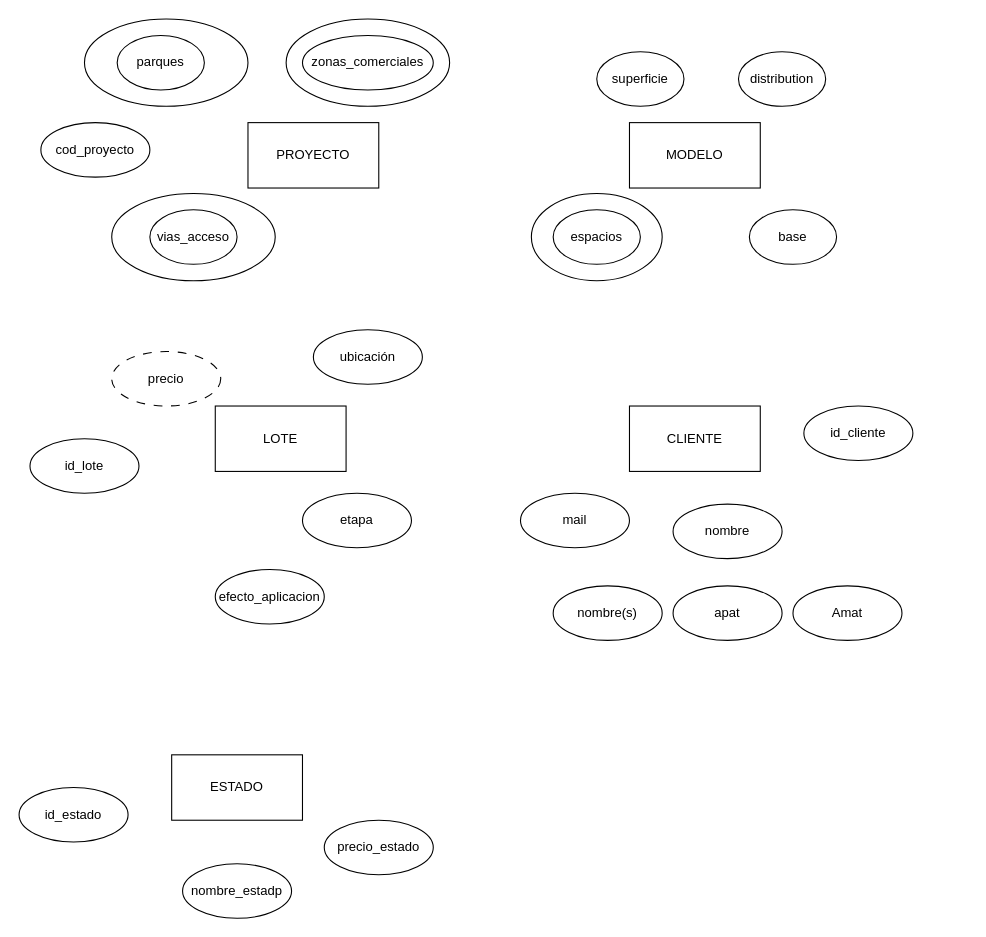
Earlier version of the draw.io diagram 127001.drawio (ManuelAleman/Diagrams). Source tidied: cells renumbered, new cells numbered last; positions are measured from the earlier drawing's top-left corner, leaving out a move shared by most shapes. Both pictures are drawn from the tidied source at 109%, with x=0, y=0 at pixel (19, 19).
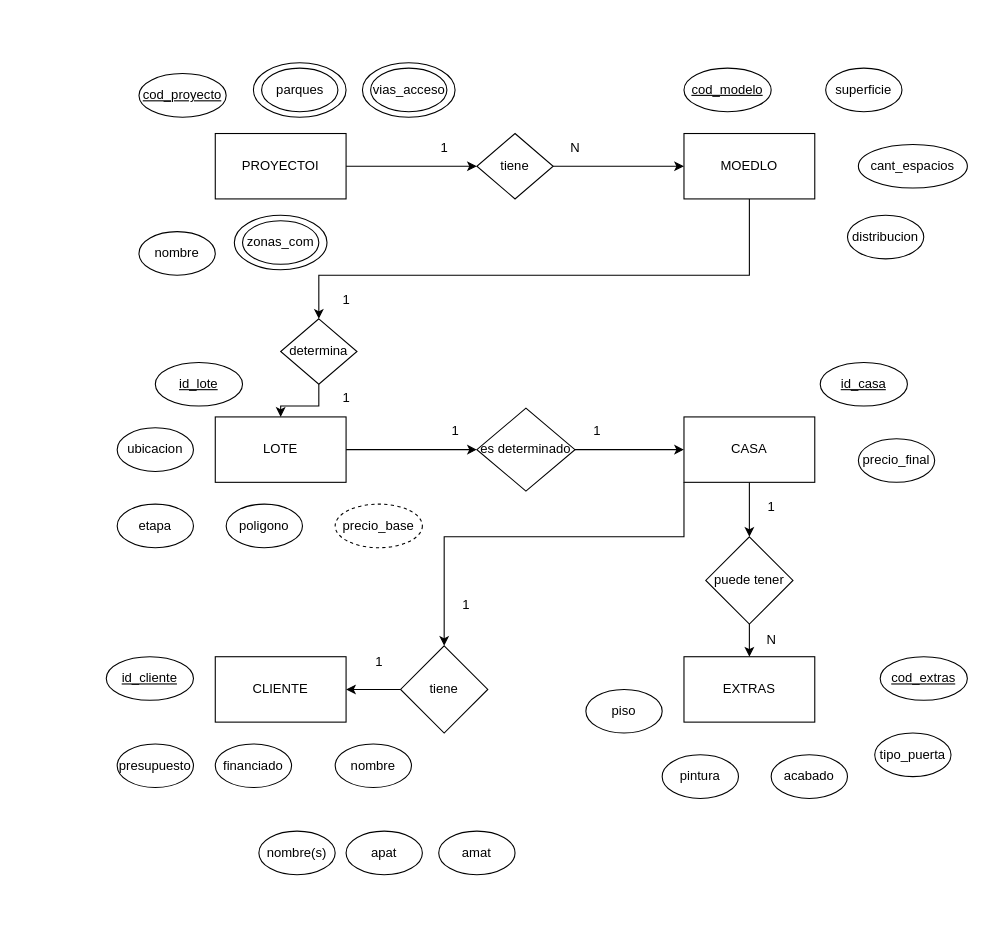
After the change.

The edit, as a diff of the source:
```diff
@@
-    <mxCell id="2" style="ellipse;whiteSpace=wrap;html=1;" parent="1" vertex="1">
-      <mxGeometry x="470" y="160" width="120" height="80" as="geometry" />
-    </mxCell>
-    <mxCell id="3" style="ellipse;whiteSpace=wrap;html=1;" parent="1" vertex="1">
-      <mxGeometry x="85" y="160" width="150" height="80" as="geometry" />
-    </mxCell>
-    <mxCell id="4" style="ellipse;whiteSpace=wrap;html=1;" parent="1" vertex="1">
-      <mxGeometry x="60" width="150" height="80" as="geometry" />
-    </mxCell>
-    <mxCell id="5" style="ellipse;whiteSpace=wrap;html=1;" parent="1" vertex="1">
-      <mxGeometry x="245" width="150" height="80" as="geometry" />
-    </mxCell>
-    <mxCell id="6" value="PROYECTO" style="rounded=0;whiteSpace=wrap;html=1;" parent="1" vertex="1">
-      <mxGeometry x="210" y="95" width="120" height="60" as="geometry" />
-    </mxCell>
-    <mxCell id="7" value="MODELO" style="rounded=0;whiteSpace=wrap;html=1;" parent="1" vertex="1">
-      <mxGeometry x="560" y="95" width="120" height="60" as="geometry" />
-    </mxCell>
+    <mxCell id="33" style="ellipse;whiteSpace=wrap;html=1;" parent="1" vertex="1">
+      <mxGeometry x="315" y="40" width="85" height="50" as="geometry" />
+    </mxCell>
+    <mxCell id="34" style="ellipse;whiteSpace=wrap;html=1;" parent="1" vertex="1">
+      <mxGeometry x="197.5" y="180" width="85" height="50" as="geometry" />
+    </mxCell>
+    <mxCell id="35" style="ellipse;whiteSpace=wrap;html=1;" parent="1" vertex="1">
+      <mxGeometry x="215" y="40" width="85" height="50" as="geometry" />
+    </mxCell>
+    <mxCell id="36" style="edgeStyle=orthogonalEdgeStyle;rounded=0;jettySize=auto;html=1;entryX=0;entryY=0.5;entryDx=0;entryDy=0;" parent="1" edge="1" source="37" target="48">
+      <mxGeometry relative="1" as="geometry" />
+    </mxCell>
+    <mxCell id="37" value="PROYECTOI" style="rounded=0;whiteSpace=wrap;html=1;" parent="1" vertex="1">
+      <mxGeometry x="180" y="105" width="120" height="60" as="geometry" />
+    </mxCell>
+    <mxCell id="38" style="edgeStyle=orthogonalEdgeStyle;rounded=0;jettySize=auto;html=1;entryX=0.5;entryY=0;entryDx=0;entryDy=0;" parent="1" edge="1" source="39" target="57">
+      <mxGeometry relative="1" as="geometry">
+        <Array as="points">
+          <mxPoint x="670" y="235" />
+          <mxPoint x="275" y="235" />
+        </Array>
+      </mxGeometry>
+    </mxCell>
+    <mxCell id="39" value="MOEDLO" style="rounded=0;whiteSpace=wrap;html=1;" parent="1" vertex="1">
+      <mxGeometry x="610" y="105" width="120" height="60" as="geometry" />
+    </mxCell>
+    <mxCell id="40" style="edgeStyle=orthogonalEdgeStyle;rounded=0;jettySize=auto;html=1;entryX=0;entryY=0.5;entryDx=0;entryDy=0;" parent="1" edge="1" source="15" target="63">
+      <mxGeometry relative="1" as="geometry" />
+    </mxCell>
+    <mxCell id="15" value="LOTE" style="rounded=0;whiteSpace=wrap;html=1;" parent="1" vertex="1">
+      <mxGeometry x="180" y="365" width="120" height="60" as="geometry" />
+    </mxCell>
+    <mxCell id="41" style="edgeStyle=orthogonalEdgeStyle;rounded=0;jettySize=auto;html=1;" parent="1" edge="1" source="43" target="73">
+      <mxGeometry relative="1" as="geometry" />
+    </mxCell>
+    <mxCell id="42" style="edgeStyle=orthogonalEdgeStyle;rounded=0;jettySize=auto;html=1;entryX=0.5;entryY=0;entryDx=0;entryDy=0;" parent="1" edge="1" source="43" target="71">
+      <mxGeometry relative="1" as="geometry">
+        <Array as="points">
+          <mxPoint x="610" y="475" />
+          <mxPoint x="390" y="475" />
+        </Array>
+      </mxGeometry>
+    </mxCell>
+    <mxCell id="43" value="CASA" style="rounded=0;whiteSpace=wrap;html=1;" parent="1" vertex="1">
+      <mxGeometry x="610" y="365" width="120" height="60" as="geometry" />
+    </mxCell>
+    <mxCell id="16" value="CLIENTE" style="rounded=0;whiteSpace=wrap;html=1;" parent="1" vertex="1">
+      <mxGeometry x="180" y="585" width="120" height="60" as="geometry" />
+    </mxCell>
+    <mxCell id="44" value="EXTRAS" style="rounded=0;whiteSpace=wrap;html=1;" parent="1" vertex="1">
+      <mxGeometry x="610" y="585" width="120" height="60" as="geometry" />
+    </mxCell>
+    <mxCell id="24" value="&lt;u&gt;cod_proyecto&lt;/u&gt;" style="ellipse;whiteSpace=wrap;html=1;" parent="1" vertex="1">
+      <mxGeometry x="110" y="50" width="80" height="40" as="geometry" />
+    </mxCell>
+    <mxCell id="45" value="ubicacion" style="ellipse;whiteSpace=wrap;html=1;" parent="1" vertex="1">
+      <mxGeometry x="90" y="375" width="70" height="40" as="geometry" />
+    </mxCell>
+    <mxCell id="46" value="zonas_com" style="ellipse;whiteSpace=wrap;html=1;" parent="1" vertex="1">
+      <mxGeometry x="205" y="185" width="70" height="40" as="geometry" />
+    </mxCell>
+    <mxCell id="10" value="parques" style="ellipse;whiteSpace=wrap;html=1;" parent="1" vertex="1">
+      <mxGeometry x="222.5" y="45" width="70" height="40" as="geometry" />
+    </mxCell>
     <mxCell id="8" value="vias_acceso" style="ellipse;whiteSpace=wrap;html=1;" parent="1" vertex="1">
-      <mxGeometry x="120" y="175" width="80" height="50" as="geometry" />
+      <mxGeometry x="322.5" y="45" width="70" height="40" as="geometry" />
     </mxCell>
-    <mxCell id="9" value="zonas_comerciales" style="ellipse;whiteSpace=wrap;html=1;" parent="1" vertex="1">
-      <mxGeometry x="260" y="15" width="120" height="50" as="geometry" />
-    </mxCell>
-    <mxCell id="10" value="parques" style="ellipse;whiteSpace=wrap;html=1;" parent="1" vertex="1">
-      <mxGeometry x="90" y="15" width="80" height="50" as="geometry" />
-    </mxCell>
+    <mxCell id="47" style="edgeStyle=orthogonalEdgeStyle;rounded=0;jettySize=auto;html=1;entryX=0;entryY=0.5;entryDx=0;entryDy=0;" parent="1" edge="1" source="48" target="39">
+      <mxGeometry relative="1" as="geometry" />
+    </mxCell>
+    <mxCell id="48" value="tiene" style="rhombus;whiteSpace=wrap;html=1;" parent="1" vertex="1">
+      <mxGeometry x="420" y="105" width="70" height="60" as="geometry" />
+    </mxCell>
+    <mxCell id="49" value="&lt;u&gt;cod_modelo&lt;/u&gt;" style="ellipse;whiteSpace=wrap;html=1;" parent="1" vertex="1">
+      <mxGeometry x="610" y="45" width="80" height="40" as="geometry" />
+    </mxCell>
     <mxCell id="11" value="superficie" style="ellipse;whiteSpace=wrap;html=1;" parent="1" vertex="1">
-      <mxGeometry x="530" y="30" width="80" height="50" as="geometry" />
+      <mxGeometry x="740" y="45" width="70" height="40" as="geometry" />
     </mxCell>
-    <mxCell id="12" value="base" style="ellipse;whiteSpace=wrap;html=1;" parent="1" vertex="1">
-      <mxGeometry x="670" y="175" width="80" height="50" as="geometry" />
-    </mxCell>
-    <mxCell id="13" value="espacios" style="ellipse;whiteSpace=wrap;html=1;" parent="1" vertex="1">
-      <mxGeometry x="490" y="175" width="80" height="50" as="geometry" />
-    </mxCell>
-    <mxCell id="14" value="distribution" style="ellipse;whiteSpace=wrap;html=1;" parent="1" vertex="1">
-      <mxGeometry x="660" y="30" width="80" height="50" as="geometry" />
-    </mxCell>
-    <mxCell id="15" value="LOTE" style="rounded=0;whiteSpace=wrap;html=1;" parent="1" vertex="1">
-      <mxGeometry x="180" y="355" width="120" height="60" as="geometry" />
-    </mxCell>
-    <mxCell id="16" value="CLIENTE" style="rounded=0;whiteSpace=wrap;html=1;" parent="1" vertex="1">
-      <mxGeometry x="560" y="355" width="120" height="60" as="geometry" />
-    </mxCell>
-    <mxCell id="17" value="nombre_estadp" style="ellipse;whiteSpace=wrap;html=1;" parent="1" vertex="1">
-      <mxGeometry x="150" y="775" width="100" height="50" as="geometry" />
-    </mxCell>
+    <mxCell id="50" value="cant_espacios" style="ellipse;whiteSpace=wrap;html=1;" parent="1" vertex="1">
+      <mxGeometry x="770" y="115" width="100" height="40" as="geometry" />
+    </mxCell>
+    <mxCell id="51" value="1" style="text;html=1;align=center;verticalAlign=middle;strokeColor=none;fillColor=none;" parent="1" vertex="1">
+      <mxGeometry x="375" y="103" width="30" height="30" as="geometry" />
+    </mxCell>
+    <mxCell id="52" value="N" style="text;html=1;align=center;verticalAlign=middle;strokeColor=none;fillColor=none;" parent="1" vertex="1">
+      <mxGeometry x="495" y="103" width="30" height="30" as="geometry" />
+    </mxCell>
+    <mxCell id="23" value="&lt;u&gt;id_lote&lt;/u&gt;" style="ellipse;whiteSpace=wrap;html=1;" parent="1" vertex="1">
+      <mxGeometry x="125" y="315" width="80" height="40" as="geometry" />
+    </mxCell>
+    <mxCell id="53" value="nombre" style="ellipse;whiteSpace=wrap;html=1;" parent="1" vertex="1">
+      <mxGeometry x="110" y="195" width="70" height="40" as="geometry" />
+    </mxCell>
     <mxCell id="18" value="etapa" style="ellipse;whiteSpace=wrap;html=1;" parent="1" vertex="1">
-      <mxGeometry x="260" y="435" width="100" height="50" as="geometry" />
+      <mxGeometry x="90" y="445" width="70" height="40" as="geometry" />
     </mxCell>
-    <mxCell id="19" value="ubicación" style="ellipse;whiteSpace=wrap;html=1;" parent="1" vertex="1">
-      <mxGeometry x="270" y="285" width="100" height="50" as="geometry" />
-    </mxCell>
-    <mxCell id="20" value="&lt;p style=&quot;line-height: 120%;&quot;&gt;precio&lt;/p&gt;" style="ellipse;whiteSpace=wrap;html=1;dashed=1;dashPattern=8 8;" parent="1" vertex="1">
-      <mxGeometry x="85" y="305" width="100" height="50" as="geometry" />
-    </mxCell>
-    <mxCell id="21" value="efecto_aplicacion" style="ellipse;whiteSpace=wrap;html=1;" parent="1" vertex="1">
-      <mxGeometry x="180" y="505" width="100" height="50" as="geometry" />
-    </mxCell>
+    <mxCell id="54" value="poligono" style="ellipse;whiteSpace=wrap;html=1;" parent="1" vertex="1">
+      <mxGeometry x="190" y="445" width="70" height="40" as="geometry" />
+    </mxCell>
+    <mxCell id="55" value="precio_base" style="ellipse;whiteSpace=wrap;html=1;dashed=1;" parent="1" vertex="1">
+      <mxGeometry x="290" y="445" width="80" height="40" as="geometry" />
+    </mxCell>
+    <mxCell id="56" style="edgeStyle=orthogonalEdgeStyle;rounded=0;jettySize=auto;html=1;" parent="1" edge="1" source="57" target="15">
+      <mxGeometry relative="1" as="geometry" />
+    </mxCell>
+    <mxCell id="57" value="determina" style="rhombus;whiteSpace=wrap;html=1;" parent="1" vertex="1">
+      <mxGeometry x="240" y="275" width="70" height="60" as="geometry" />
+    </mxCell>
+    <mxCell id="58" value="1" style="text;html=1;align=center;verticalAlign=middle;strokeColor=none;fillColor=none;" parent="1" vertex="1">
+      <mxGeometry x="285" y="243" width="30" height="30" as="geometry" />
+    </mxCell>
+    <mxCell id="59" value="1" style="text;html=1;align=center;verticalAlign=middle;strokeColor=none;fillColor=none;" parent="1" vertex="1">
+      <mxGeometry x="285" y="333" width="30" height="30" as="geometry" />
+    </mxCell>
+    <mxCell id="60" value="&lt;u&gt;id_casa&lt;/u&gt;" style="ellipse;whiteSpace=wrap;html=1;" parent="1" vertex="1">
+      <mxGeometry x="735" y="315" width="80" height="40" as="geometry" />
+    </mxCell>
+    <mxCell id="61" value="precio_final" style="ellipse;whiteSpace=wrap;html=1;" parent="1" vertex="1">
+      <mxGeometry x="770" y="385" width="70" height="40" as="geometry" />
+    </mxCell>
+    <mxCell id="62" style="edgeStyle=orthogonalEdgeStyle;rounded=0;jettySize=auto;html=1;entryX=0;entryY=0.5;entryDx=0;entryDy=0;" parent="1" edge="1" source="63" target="43">
+      <mxGeometry relative="1" as="geometry" />
+    </mxCell>
+    <mxCell id="63" value="es determinado" style="rhombus;whiteSpace=wrap;html=1;" parent="1" vertex="1">
+      <mxGeometry x="420" y="357" width="90" height="76" as="geometry" />
+    </mxCell>
+    <mxCell id="64" value="1" style="text;html=1;align=center;verticalAlign=middle;strokeColor=none;fillColor=none;" parent="1" vertex="1">
+      <mxGeometry x="385" y="363" width="30" height="30" as="geometry" />
+    </mxCell>
+    <mxCell id="65" value="1" style="text;html=1;align=center;verticalAlign=middle;strokeColor=none;fillColor=none;" parent="1" vertex="1">
+      <mxGeometry x="515" y="363" width="30" height="30" as="geometry" />
+    </mxCell>
-    <mxCell id="22" value="id_cliente" style="ellipse;whiteSpace=wrap;html=1;" parent="1" vertex="1">
-      <mxGeometry x="720" y="355" width="100" height="50" as="geometry" />
+    <mxCell id="22" value="&lt;u&gt;id_cliente&lt;/u&gt;" style="ellipse;whiteSpace=wrap;html=1;" parent="1" vertex="1">
+      <mxGeometry x="80" y="585" width="80" height="40" as="geometry" />
     </mxCell>
-    <mxCell id="23" value="id_lote" style="ellipse;whiteSpace=wrap;html=1;" parent="1" vertex="1">
-      <mxGeometry x="10" y="385" width="100" height="50" as="geometry" />
-    </mxCell>
-    <mxCell id="24" value="cod_proyecto" style="ellipse;whiteSpace=wrap;html=1;" parent="1" vertex="1">
-      <mxGeometry x="20" y="95" width="100" height="50" as="geometry" />
-    </mxCell>
-    <mxCell id="25" value="mail" style="ellipse;whiteSpace=wrap;html=1;" parent="1" vertex="1">
-      <mxGeometry x="460" y="435" width="100" height="50" as="geometry" />
-    </mxCell>
-    <mxCell id="26" value="nombre" style="ellipse;whiteSpace=wrap;html=1;" parent="1" vertex="1">
-      <mxGeometry x="600" y="445" width="100" height="50" as="geometry" />
-    </mxCell>
+    <mxCell id="66" value="presupuesto" style="ellipse;whiteSpace=wrap;html=1;" parent="1" vertex="1">
+      <mxGeometry x="90" y="665" width="70" height="40" as="geometry" />
+    </mxCell>
+    <mxCell id="67" value="financiado" style="ellipse;whiteSpace=wrap;html=1;" parent="1" vertex="1">
+      <mxGeometry x="180" y="665" width="70" height="40" as="geometry" />
+    </mxCell>
+    <mxCell id="68" value="nombre" style="ellipse;whiteSpace=wrap;html=1;" parent="1" vertex="1">
+      <mxGeometry x="290" y="665" width="70" height="40" as="geometry" />
+    </mxCell>
     <mxCell id="27" value="nombre(s)" style="ellipse;whiteSpace=wrap;html=1;" parent="1" vertex="1">
-      <mxGeometry x="490" y="520" width="100" height="50" as="geometry" />
+      <mxGeometry x="220" y="745" width="70" height="40" as="geometry" />
     </mxCell>
     <mxCell id="28" value="apat" style="ellipse;whiteSpace=wrap;html=1;" parent="1" vertex="1">
-      <mxGeometry x="600" y="520" width="100" height="50" as="geometry" />
+      <mxGeometry x="300" y="745" width="70" height="40" as="geometry" />
     </mxCell>
-    <mxCell id="29" value="Amat" style="ellipse;whiteSpace=wrap;html=1;" parent="1" vertex="1">
-      <mxGeometry x="710" y="520" width="100" height="50" as="geometry" />
-    </mxCell>
-    <mxCell id="30" value="ESTADO" style="rounded=0;whiteSpace=wrap;html=1;" parent="1" vertex="1">
-      <mxGeometry x="140" y="675" width="120" height="60" as="geometry" />
-    </mxCell>
-    <mxCell id="31" value="precio_estado" style="ellipse;whiteSpace=wrap;html=1;" parent="1" vertex="1">
-      <mxGeometry x="280" y="735" width="100" height="50" as="geometry" />
-    </mxCell>
-    <mxCell id="32" value="id_estado" style="ellipse;whiteSpace=wrap;html=1;" parent="1" vertex="1">
-      <mxGeometry y="705" width="100" height="50" as="geometry" />
-    </mxCell>
+    <mxCell id="69" value="amat" style="ellipse;whiteSpace=wrap;html=1;" parent="1" vertex="1">
+      <mxGeometry x="385" y="745" width="70" height="40" as="geometry" />
+    </mxCell>
+    <mxCell id="70" style="edgeStyle=orthogonalEdgeStyle;rounded=0;jettySize=auto;html=1;entryX=1;entryY=0.5;entryDx=0;entryDy=0;" parent="1" edge="1" source="71" target="16">
+      <mxGeometry relative="1" as="geometry" />
+    </mxCell>
+    <mxCell id="71" value="tiene" style="rhombus;whiteSpace=wrap;html=1;" parent="1" vertex="1">
+      <mxGeometry x="350" y="575" width="80" height="80" as="geometry" />
+    </mxCell>
+    <mxCell id="72" style="edgeStyle=orthogonalEdgeStyle;rounded=0;jettySize=auto;html=1;entryX=0.5;entryY=0;entryDx=0;entryDy=0;" parent="1" edge="1" source="73" target="44">
+      <mxGeometry relative="1" as="geometry" />
+    </mxCell>
+    <mxCell id="73" value="puede tener" style="rhombus;whiteSpace=wrap;html=1;" parent="1" vertex="1">
+      <mxGeometry x="630" y="475" width="80" height="80" as="geometry" />
+    </mxCell>
+    <mxCell id="74" value="1" style="text;html=1;align=center;verticalAlign=middle;strokeColor=none;fillColor=none;" parent="1" vertex="1">
+      <mxGeometry x="675" y="433" width="30" height="30" as="geometry" />
+    </mxCell>
+    <mxCell id="75" value="N" style="text;html=1;align=center;verticalAlign=middle;strokeColor=none;fillColor=none;" parent="1" vertex="1">
+      <mxGeometry x="675" y="555" width="30" height="30" as="geometry" />
+    </mxCell>
+    <mxCell id="76" value="1" style="text;html=1;align=center;verticalAlign=middle;strokeColor=none;fillColor=none;" parent="1" vertex="1">
+      <mxGeometry x="395" y="523" width="30" height="30" as="geometry" />
+    </mxCell>
+    <mxCell id="77" value="1" style="text;html=1;align=center;verticalAlign=middle;strokeColor=none;fillColor=none;" parent="1" vertex="1">
+      <mxGeometry x="315" y="575" width="30" height="30" as="geometry" />
+    </mxCell>
+    <mxCell id="78" value="&lt;u&gt;cod_extras&lt;/u&gt;" style="ellipse;whiteSpace=wrap;html=1;" parent="1" vertex="1">
+      <mxGeometry x="790" y="585" width="80" height="40" as="geometry" />
+    </mxCell>
+    <mxCell id="79" value="tipo_puerta" style="ellipse;whiteSpace=wrap;html=1;" parent="1" vertex="1">
+      <mxGeometry x="785" y="655" width="70" height="40" as="geometry" />
+    </mxCell>
+    <mxCell id="80" value="acabado" style="ellipse;whiteSpace=wrap;html=1;" parent="1" vertex="1">
+      <mxGeometry x="690" y="675" width="70" height="40" as="geometry" />
+    </mxCell>
+    <mxCell id="81" value="pintura" style="ellipse;whiteSpace=wrap;html=1;" parent="1" vertex="1">
+      <mxGeometry x="590" y="675" width="70" height="40" as="geometry" />
+    </mxCell>
+    <mxCell id="82" value="piso" style="ellipse;whiteSpace=wrap;html=1;" parent="1" vertex="1">
+      <mxGeometry x="520" y="615" width="70" height="40" as="geometry" />
+    </mxCell>
+    <mxCell id="83" value="distribucion" style="ellipse;whiteSpace=wrap;html=1;" parent="1" vertex="1">
+      <mxGeometry x="760" y="180" width="70" height="40" as="geometry" />
+    </mxCell>
```
